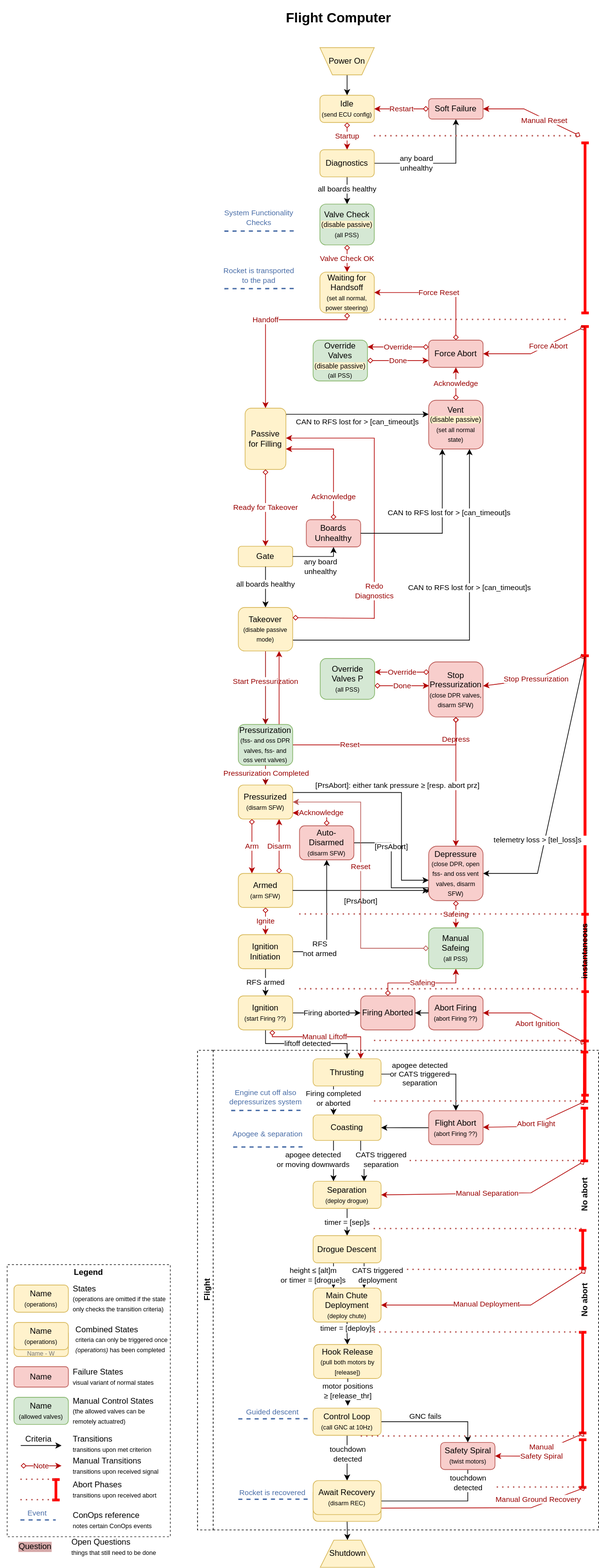
Above: state-machines/fc-flight-state-machine.drawio.svg in aris-space/asteria-remote-computers (draw.io), before the change. Source tidied: cells renumbered, new cells last; positions are measured from the earlier drawing's top-left corner, leaving out a move shared by most shapes.
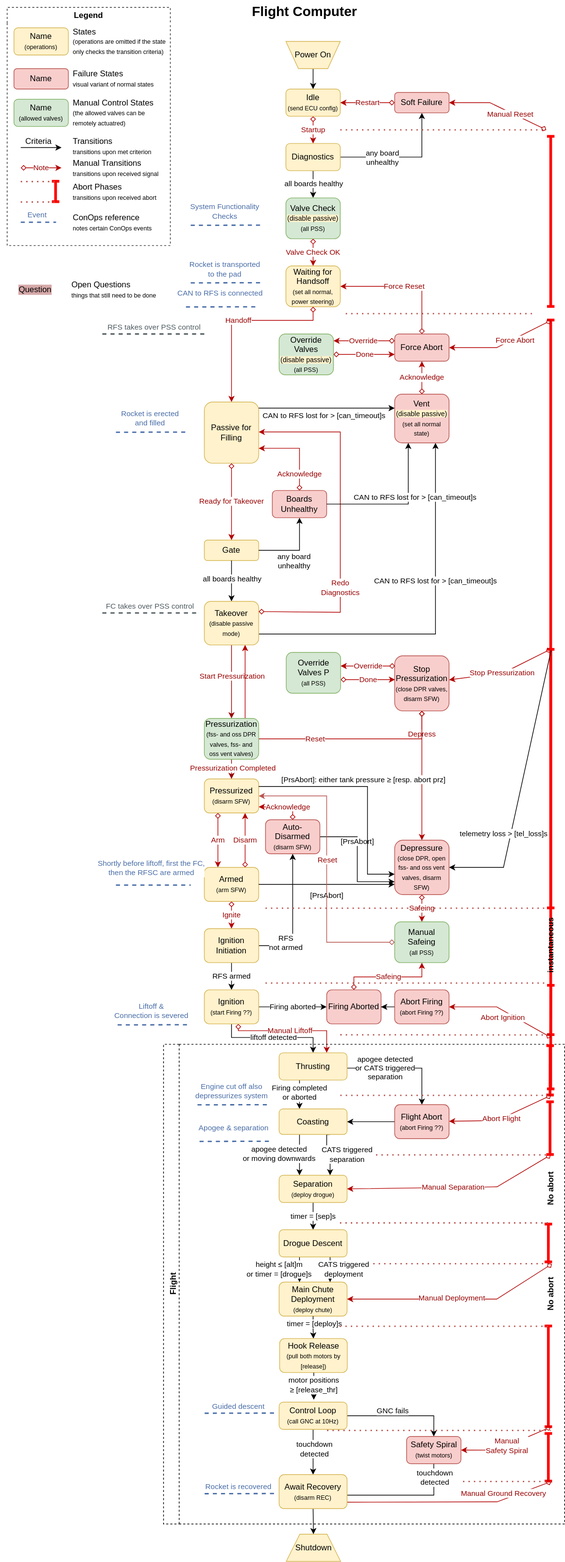
Later version of the same file.

Diff of the diagram source:
```diff
@@ -50,7 +50,7 @@
     <mxCell id="15" value="Shutdown" style="shape=trapezoid;perimeter=trapezoidPerimeter;whiteSpace=wrap;html=1;fixedSize=1;fillColor=#fff2cc;strokeColor=#d6b656;" parent="1" vertex="1">
       <mxGeometry x="470.5" y="2254" width="80" height="40" as="geometry" />
     </mxCell>
-    <mxCell id="16" style="edgeStyle=orthogonalEdgeStyle;rounded=0;jettySize=auto;html=1;entryX=0.5;entryY=0;entryDx=0;entryDy=0;exitX=0.5;exitY=1;exitDx=0;exitDy=0;" parent="1" edge="1" source="81" target="15">
+    <mxCell id="16" style="edgeStyle=orthogonalEdgeStyle;rounded=0;jettySize=auto;html=1;entryX=0.5;entryY=0;entryDx=0;entryDy=0;exitX=0.5;exitY=1;exitDx=0;exitDy=0;" parent="1" edge="1" source="82" target="15">
       <mxGeometry relative="1" as="geometry" />
     </mxCell>
     <mxCell id="17" style="endArrow=baseDash;html=1;rounded=0;startArrow=baseDash;startFill=0;endFill=0;fillColor=#f8cecc;strokeColor=#FF0000;strokeWidth=4;" parent="1" edge="1">
@@ -85,8 +85,8 @@
     <mxCell id="21" value="&lt;font color=&quot;#990000&quot;&gt;Handoff&lt;/font&gt;" style="edgeStyle=orthogonalEdgeStyle;rounded=0;jettySize=auto;html=1;shadow=0;strokeColor=#B20000;strokeWidth=1;align=center;verticalAlign=middle;fontFamily=Helvetica;fontSize=11;fontColor=#990000;labelBackgroundColor=default;jumpStyle=none;jumpSize=5;startArrow=diamond;startFill=0;endArrow=classic;flowAnimation=0;fillColor=#e51400;exitX=0.5;exitY=1;exitDx=0;exitDy=0;entryX=1;entryY=0.5;entryDx=0;entryDy=0;" parent="1" edge="1" source="12" target="23">
       <mxGeometry relative="1" as="geometry">
         <Array as="points">
-          <mxPoint x="510" y="460" />
-          <mxPoint x="390" y="460" />
+          <mxPoint x="510" y="470" />
+          <mxPoint x="390" y="470" />
         </Array>
       </mxGeometry>
     </mxCell>
@@ -100,7 +100,7 @@
       </mxGeometry>
     </mxCell>
     <mxCell id="23" value="&lt;div&gt;Passive for Filling&lt;/div&gt;" style="rounded=1;whiteSpace=wrap;html=1;fillColor=#fff2cc;strokeColor=#d6b656;rotation=0;direction=north;horizontal=1;" parent="1" vertex="1">
-      <mxGeometry x="360" y="590" width="60" height="90" as="geometry" />
+      <mxGeometry x="350" y="590" width="80" height="90" as="geometry" />
     </mxCell>
     <mxCell id="24" value="&lt;font&gt;Gate&lt;/font&gt;" style="rounded=1;whiteSpace=wrap;html=1;fillColor=#fff2cc;strokeColor=#d6b656;" parent="1" vertex="1">
       <mxGeometry x="350" y="793" width="80" height="30" as="geometry" />
@@ -203,10 +203,10 @@
         <mxPoint x="437" y="414.6" as="targetPoint" />
       </mxGeometry>
     </mxCell>
-    <mxCell id="46" value="Redo&lt;div&gt;Diagnostics&lt;/div&gt;" style="edgeStyle=orthogonalEdgeStyle;rounded=0;orthogonalLoop=1;jettySize=auto;html=1;shadow=0;strokeColor=#B20000;strokeWidth=1;align=center;verticalAlign=middle;fontFamily=Helvetica;fontSize=11;fontColor=#990000;labelBackgroundColor=default;jumpStyle=none;jumpSize=5;startArrow=diamond;startFill=0;endArrow=classic;flowAnimation=0;fillColor=#e51400;entryX=0.5;entryY=1;entryDx=0;entryDy=0;exitX=1;exitY=0.25;exitDx=0;exitDy=0;" parent="1" edge="1">
+    <mxCell id="46" value="Redo&lt;div&gt;Diagnostics&lt;/div&gt;" style="edgeStyle=orthogonalEdgeStyle;rounded=0;orthogonalLoop=1;jettySize=auto;html=1;shadow=0;strokeColor=#B20000;strokeWidth=1;align=center;verticalAlign=middle;fontFamily=Helvetica;fontSize=11;fontColor=#990000;labelBackgroundColor=default;jumpStyle=none;jumpSize=5;startArrow=diamond;startFill=0;endArrow=classic;flowAnimation=0;fillColor=#e51400;exitX=1;exitY=0.25;exitDx=0;exitDy=0;" parent="1" edge="1">
       <mxGeometry x="-0.38" relative="1" as="geometry">
         <mxPoint x="430" y="898" as="sourcePoint" />
-        <mxPoint x="420" y="634" as="targetPoint" />
+        <mxPoint x="430" y="634" as="targetPoint" />
         <Array as="points">
           <mxPoint x="430" y="899" />
           <mxPoint x="550" y="899" />
@@ -405,9 +405,6 @@
     <mxCell id="80" value="&lt;div&gt;Hook Release&lt;/div&gt;&lt;div&gt;&lt;font style=&quot;font-size: 9px;&quot;&gt;(pull both motors by [release])&lt;/font&gt;&lt;/div&gt;" style="rounded=1;whiteSpace=wrap;html=1;fillColor=#fff2cc;strokeColor=#d6b656;" parent="47" vertex="1">
       <mxGeometry x="170.8" y="432.5" width="99.5" height="50" as="geometry" />
     </mxCell>
-    <mxCell id="81" style="rounded=1;whiteSpace=wrap;html=1;fillColor=#fff2cc;strokeColor=#d6b656;" parent="47" vertex="1">
-      <mxGeometry x="170" y="642.5" width="100" height="50" as="geometry" />
-    </mxCell>
     <mxCell id="82" value="Await Recovery&lt;div&gt;&lt;font style=&quot;font-size: 9px;&quot;&gt;(disarm REC)&lt;/font&gt;&lt;/div&gt;" style="rounded=1;whiteSpace=wrap;html=1;fillColor=#fff2cc;strokeColor=#d6b656;" parent="47" vertex="1">
       <mxGeometry x="170" y="632.5" width="100" height="50" as="geometry" />
     </mxCell>
@@ -519,17 +516,16 @@
         <mxPoint x="437" y="330" as="targetPoint" />
       </mxGeometry>
     </mxCell>
-    <mxCell id="103" value="Acknowledge" style="edgeStyle=orthogonalEdgeStyle;rounded=0;jettySize=auto;html=1;shadow=0;strokeColor=#B20000;strokeWidth=1;align=center;verticalAlign=middle;fontFamily=Helvetica;fontSize=11;fontColor=#990000;labelBackgroundColor=default;jumpStyle=none;jumpSize=5;startArrow=diamond;startFill=0;endArrow=classic;flowAnimation=0;fillColor=#e51400;" parent="1" edge="1" source="104">
+    <mxCell id="103" value="Acknowledge" style="edgeStyle=orthogonalEdgeStyle;rounded=0;jettySize=auto;html=1;shadow=0;strokeColor=#B20000;strokeWidth=1;align=center;verticalAlign=middle;fontFamily=Helvetica;fontSize=11;fontColor=#990000;labelBackgroundColor=default;jumpStyle=none;jumpSize=5;startArrow=diamond;startFill=0;endArrow=classic;flowAnimation=0;fillColor=#e51400;entryX=0.25;entryY=1;entryDx=0;entryDy=0;" parent="1" edge="1" source="104" target="23">
       <mxGeometry x="-0.61" relative="1" as="geometry">
-        <mxPoint x="420" y="650" as="targetPoint" />
         <Array as="points">
-          <mxPoint x="490" y="650" />
-          <mxPoint x="420" y="650" />
+          <mxPoint x="490" y="658" />
+          <mxPoint x="430" y="658" />
         </Array>
       </mxGeometry>
     </mxCell>
     <mxCell id="104" value="&lt;font&gt;Boards Unhealthy&lt;/font&gt;" style="rounded=1;whiteSpace=wrap;html=1;fillColor=#f8cecc;strokeColor=#b85450;" parent="1" vertex="1">
-      <mxGeometry x="450" y="754" width="80" height="40" as="geometry" />
+      <mxGeometry x="450" y="720" width="80" height="40" as="geometry" />
     </mxCell>
     <mxCell id="105" value="Acknowledge" style="edgeStyle=orthogonalEdgeStyle;rounded=0;jettySize=auto;html=1;shadow=0;strokeColor=#B20000;strokeWidth=1;align=center;verticalAlign=middle;fontFamily=Helvetica;fontSize=11;fontColor=#990000;labelBackgroundColor=default;jumpStyle=none;jumpSize=5;startArrow=diamond;startFill=0;endArrow=classic;flowAnimation=0;fillColor=#e51400;" parent="1" edge="1" source="107" target="101">
       <mxGeometry x="-0.24" relative="1" as="geometry">
@@ -714,7 +710,7 @@
     <mxCell id="137" value="CAN to RFS lost for &amp;gt; [can_timeout]s" style="edgeStyle=orthogonalEdgeStyle;rounded=0;jettySize=auto;html=1;exitX=1;exitY=0.5;exitDx=0;exitDy=0;" parent="1" edge="1" source="104" target="129">
       <mxGeometry x="0.23" y="-10" relative="1" as="geometry">
         <Array as="points">
-          <mxPoint x="650" y="774" />
+          <mxPoint x="650" y="740" />
         </Array>
       </mxGeometry>
     </mxCell>
@@ -764,28 +760,28 @@
       </mxGeometry>
     </mxCell>
     <mxCell id="147" style="group;dashed=1;strokeColor=none;" parent="1" vertex="1">
-      <mxGeometry x="10" y="1849" width="240" height="440" as="geometry" />
+      <mxGeometry x="60" y="10" width="240" height="440" as="geometry" />
     </mxCell>
     <mxCell id="148" value="Legend" style="swimlane;whiteSpace=wrap;html=1;dashed=1;strokeColor=#333333;swimlaneLine=0;align=center;" parent="147" vertex="1">
-      <mxGeometry width="240" height="400" as="geometry" />
+      <mxGeometry width="240" height="350" as="geometry" />
     </mxCell>
     <mxCell id="149" value="&lt;font color=&quot;#990000&quot;&gt;Note&lt;/font&gt;" style="rounded=0;orthogonalLoop=1;jettySize=auto;html=1;strokeWidth=1;shadow=0;flowAnimation=0;strokeColor=#B20000;jumpStyle=none;jumpSize=5;startArrow=diamond;startFill=0;fillColor=#e51400;align=center;verticalAlign=middle;fontFamily=Helvetica;fontSize=11;fontColor=#990000;labelBackgroundColor=default;endArrow=classic;" parent="148" edge="1">
       <mxGeometry relative="1" as="geometry">
-        <mxPoint x="20" y="295.8" as="sourcePoint" />
-        <mxPoint x="80" y="295.8" as="targetPoint" />
+        <mxPoint x="20" y="235.8" as="sourcePoint" />
+        <mxPoint x="80" y="235.8" as="targetPoint" />
       </mxGeometry>
     </mxCell>
     <mxCell id="150" value="Manual Transitions&lt;div&gt;&lt;font style=&quot;font-size: 9px;&quot;&gt;transitions upon received signal&lt;/font&gt;&lt;/div&gt;" style="text;html=1;align=left;verticalAlign=middle;whiteSpace=wrap;rounded=0;" parent="148" vertex="1">
-      <mxGeometry x="95" y="281" width="145" height="30" as="geometry" />
+      <mxGeometry x="95" y="221" width="145" height="30" as="geometry" />
     </mxCell>
     <mxCell id="151" style="endArrow=baseDash;html=1;rounded=0;startArrow=baseDash;startFill=0;endFill=0;fillColor=#f8cecc;strokeColor=#FF0000;strokeWidth=4;" parent="148" edge="1">
       <mxGeometry relative="1" as="geometry">
-        <mxPoint x="71.8" y="346" as="sourcePoint" />
-        <mxPoint x="71.8" y="316" as="targetPoint" />
+        <mxPoint x="71.8" y="286" as="sourcePoint" />
+        <mxPoint x="71.8" y="256" as="targetPoint" />
       </mxGeometry>
     </mxCell>
     <mxCell id="152" value="Abort Phases&lt;div&gt;&lt;font style=&quot;font-size: 9px;&quot;&gt;transitions upon received abort&lt;/font&gt;&lt;/div&gt;" style="text;html=1;align=left;verticalAlign=middle;whiteSpace=wrap;rounded=0;" parent="148" vertex="1">
-      <mxGeometry x="95" y="316" width="140" height="30" as="geometry" />
+      <mxGeometry x="95" y="256" width="140" height="30" as="geometry" />
     </mxCell>
     <mxCell id="153" value="Name&lt;div&gt;&lt;font style=&quot;font-size: 9px;&quot;&gt;(operations)&lt;/font&gt;&lt;/div&gt;" style="rounded=1;whiteSpace=wrap;html=1;fillColor=#fff2cc;strokeColor=#d6b656;" parent="148" vertex="1">
       <mxGeometry x="10" y="30" width="80" height="40" as="geometry" />
@@ -795,57 +791,48 @@
     </mxCell>
     <mxCell id="155" style="rounded=0;orthogonalLoop=1;jettySize=auto;html=1;strokeWidth=1;shadow=0;flowAnimation=0;strokeColor=default;jumpStyle=none;jumpSize=5;startArrow=none;startFill=0;fillColor=#e51400;align=center;verticalAlign=middle;fontFamily=Helvetica;fontSize=11;fontColor=default;labelBackgroundColor=default;endArrow=classic;" parent="148" edge="1">
       <mxGeometry relative="1" as="geometry">
-        <mxPoint x="20" y="266" as="sourcePoint" />
-        <mxPoint x="80" y="266" as="targetPoint" />
+        <mxPoint x="20" y="206" as="sourcePoint" />
+        <mxPoint x="80" y="206" as="targetPoint" />
       </mxGeometry>
     </mxCell>
     <mxCell id="156" value="Transitions&lt;div&gt;&lt;font style=&quot;font-size: 9px;&quot;&gt;&lt;font style=&quot;&quot;&gt;transitions upon met&amp;nbsp;&lt;/font&gt;&lt;span style=&quot;background-color: transparent;&quot;&gt;&lt;font style=&quot;&quot;&gt;criterion&lt;/font&gt;&lt;/span&gt;&lt;/font&gt;&lt;/div&gt;" style="text;html=1;align=left;verticalAlign=middle;whiteSpace=wrap;rounded=0;" parent="148" vertex="1">
-      <mxGeometry x="95" y="249" width="145" height="30" as="geometry" />
+      <mxGeometry x="95" y="189" width="145" height="30" as="geometry" />
     </mxCell>
     <mxCell id="157" value="Criteria" style="text;html=1;align=center;verticalAlign=middle;strokeColor=none;fillColor=none;" parent="148" vertex="1">
-      <mxGeometry x="16" y="242" width="60" height="30" as="geometry" />
+      <mxGeometry x="16" y="182" width="60" height="30" as="geometry" />
     </mxCell>
     <mxCell id="158" style="endArrow=none;dashed=1;html=1;dashPattern=1 3;strokeWidth=2;rounded=0;fillColor=#f8cecc;strokeColor=#b85450;" parent="148" edge="1">
       <mxGeometry relative="1" as="geometry">
-        <mxPoint x="20" y="316" as="sourcePoint" />
-        <mxPoint x="72" y="316" as="targetPoint" />
+        <mxPoint x="20" y="256" as="sourcePoint" />
+        <mxPoint x="72" y="256" as="targetPoint" />
       </mxGeometry>
     </mxCell>
     <mxCell id="159" style="endArrow=none;dashed=1;html=1;dashPattern=1 3;strokeWidth=2;rounded=0;fillColor=#f8cecc;strokeColor=#b85450;" parent="148" edge="1">
       <mxGeometry relative="1" as="geometry">
-        <mxPoint x="20" y="346" as="sourcePoint" />
-        <mxPoint x="72" y="346" as="targetPoint" />
+        <mxPoint x="20" y="286" as="sourcePoint" />
+        <mxPoint x="72" y="286" as="targetPoint" />
       </mxGeometry>
     </mxCell>
     <mxCell id="160" value="&lt;div&gt;&lt;font style=&quot;&quot;&gt;ConOps reference&lt;/font&gt;&lt;/div&gt;&lt;div&gt;&lt;font style=&quot;font-size: 9px;&quot;&gt;notes certain ConOps events&lt;/font&gt;&lt;/div&gt;" style="text;html=1;align=left;verticalAlign=middle;whiteSpace=wrap;rounded=0;" parent="148" vertex="1">
-      <mxGeometry x="95" y="361" width="140" height="30" as="geometry" />
+      <mxGeometry x="95" y="301" width="140" height="30" as="geometry" />
     </mxCell>
     <mxCell id="161" value="&lt;font style=&quot;&quot;&gt;Event&lt;/font&gt;" style="endArrow=none;dashed=1;html=1;strokeWidth=2;rounded=0;fillColor=#b1ddf0;strokeColor=#496DA7;endFill=0;startFill=0;align=center;verticalAlign=middle;fontFamily=Helvetica;fontSize=11;fontColor=#496DA7;labelBackgroundColor=default;" parent="148" edge="1">
       <mxGeometry x="-0.08" y="11" relative="1" as="geometry">
-        <mxPoint x="20" y="375.8" as="sourcePoint" />
-        <mxPoint x="72" y="375.8" as="targetPoint" />
+        <mxPoint x="20" y="315.8" as="sourcePoint" />
+        <mxPoint x="72" y="315.8" as="targetPoint" />
       </mxGeometry>
     </mxCell>
-    <mxCell id="162" value="&lt;div&gt;&lt;font color=&quot;#757575&quot;&gt;&lt;br&gt;&lt;/font&gt;&lt;/div&gt;&lt;div&gt;&lt;font color=&quot;#757575&quot;&gt;&lt;br&gt;&lt;/font&gt;&lt;/div&gt;&lt;font style=&quot;font-size: 9px;&quot; color=&quot;#757575&quot;&gt;Name - W&lt;/font&gt;" style="rounded=1;whiteSpace=wrap;html=1;fillColor=#fff2cc;strokeColor=#d6b656;" parent="148" vertex="1">
-      <mxGeometry x="10" y="95" width="80" height="40" as="geometry" />
-    </mxCell>
-    <mxCell id="163" value="Name&lt;div&gt;&lt;font style=&quot;font-size: 9px;&quot;&gt;(operations)&lt;/font&gt;&lt;/div&gt;" style="rounded=1;whiteSpace=wrap;html=1;fillColor=#fff2cc;strokeColor=#d6b656;" parent="148" vertex="1">
-      <mxGeometry x="10" y="85" width="80" height="40" as="geometry" />
-    </mxCell>
-    <mxCell id="164" value="&lt;div&gt;Combined States&lt;/div&gt;&lt;div&gt;&lt;span style=&quot;background-color: initial;&quot;&gt;&lt;font style=&quot;font-size: 9px;&quot;&gt;criteria can only be triggered once &lt;i&gt;(operations)&lt;/i&gt; has been completed&lt;/font&gt;&lt;/span&gt;&lt;/div&gt;" style="text;html=1;align=left;verticalAlign=middle;whiteSpace=wrap;rounded=0;" parent="148" vertex="1">
-      <mxGeometry x="99" y="80" width="140" height="60" as="geometry" />
-    </mxCell>
     <mxCell id="165" value="Manual Control States&lt;div&gt;&lt;font style=&quot;font-size: 9px;&quot;&gt;(the allowed valves can be remotely actuatred)&lt;/font&gt;&lt;/div&gt;" style="text;html=1;align=left;verticalAlign=middle;whiteSpace=wrap;rounded=0;" parent="148" vertex="1">
-      <mxGeometry x="95" y="185" width="140" height="60" as="geometry" />
+      <mxGeometry x="95" y="125" width="140" height="60" as="geometry" />
     </mxCell>
     <mxCell id="166" value="Name&lt;div&gt;&lt;font style=&quot;font-size: 9px;&quot;&gt;(allowed valves)&lt;/font&gt;&lt;/div&gt;" style="rounded=1;whiteSpace=wrap;html=1;fillColor=#d5e8d4;strokeColor=#82b366;perimeterSpacing=0;glass=0;shadow=0;fillStyle=solid;" parent="148" vertex="1">
-      <mxGeometry x="10" y="195" width="80" height="40" as="geometry" />
+      <mxGeometry x="10" y="135" width="80" height="40" as="geometry" />
     </mxCell>
     <mxCell id="167" value="Failure States&lt;div&gt;&lt;font style=&quot;font-size: 9px;&quot;&gt;visual variant of normal states&lt;/font&gt;&lt;/div&gt;" style="text;html=1;align=left;verticalAlign=middle;whiteSpace=wrap;rounded=0;" parent="148" vertex="1">
-      <mxGeometry x="95" y="140" width="140" height="50" as="geometry" />
+      <mxGeometry x="95" y="80" width="140" height="50" as="geometry" />
     </mxCell>
     <mxCell id="168" value="Name" style="rounded=1;whiteSpace=wrap;html=1;fillColor=#f8cecc;strokeColor=#b85450;perimeterSpacing=0;glass=0;shadow=0;fillStyle=solid;" parent="148" vertex="1">
-      <mxGeometry x="10" y="150" width="80" height="30" as="geometry" />
+      <mxGeometry x="10" y="90" width="80" height="30" as="geometry" />
     </mxCell>
     <mxCell id="169" value="Question" style="text;html=1;align=center;verticalAlign=middle;whiteSpace=wrap;rounded=0;labelBackgroundColor=#d6a9a9;fontFamily=Helvetica;fontSize=12;fontColor=default;" parent="147" vertex="1">
       <mxGeometry x="-10" y="390" width="102.5" height="50" as="geometry" />
@@ -853,5 +840,41 @@
     <mxCell id="170" value="&lt;div&gt;&lt;font style=&quot;&quot;&gt;Open Questions&lt;/font&gt;&lt;/div&gt;&lt;div&gt;&lt;font style=&quot;font-size: 9px;&quot;&gt;things that still need to be done&lt;/font&gt;&lt;/div&gt;" style="text;html=1;align=left;verticalAlign=middle;whiteSpace=wrap;rounded=0;" parent="147" vertex="1">
       <mxGeometry x="92.5" y="400" width="140" height="30" as="geometry" />
     </mxCell>
+    <mxCell id="171" value="&lt;font color=&quot;#496da7&quot;&gt;CAN to RFS is&amp;nbsp;&lt;/font&gt;connected" style="endArrow=none;dashed=1;html=1;strokeWidth=2;rounded=0;fillColor=#b1ddf0;strokeColor=#496DA7;endFill=0;startFill=0;align=center;verticalAlign=middle;fontFamily=Helvetica;fontSize=11;fontColor=#496DA7;labelBackgroundColor=default;" parent="1" edge="1">
+      <mxGeometry x="-0.06" y="20" relative="1" as="geometry">
+        <mxPoint x="323" y="450.2" as="sourcePoint" />
+        <mxPoint x="430" y="450" as="targetPoint" />
+      </mxGeometry>
+    </mxCell>
+    <mxCell id="172" value="&lt;font color=&quot;#496da7&quot;&gt;Liftoff &amp;amp;&lt;/font&gt;&lt;div&gt;&lt;font color=&quot;#496da7&quot;&gt;Connection is severed&lt;/font&gt;&lt;/div&gt;" style="endArrow=none;dashed=1;html=1;strokeWidth=2;rounded=0;fillColor=#b1ddf0;strokeColor=#496DA7;endFill=0;startFill=0;align=center;verticalAlign=middle;fontFamily=Helvetica;fontSize=11;fontColor=#496DA7;labelBackgroundColor=default;" parent="1" edge="1">
+      <mxGeometry x="-0.06" y="20" relative="1" as="geometry">
+        <mxPoint x="222.5" y="1505.5" as="sourcePoint" />
+        <mxPoint x="329.5" y="1505.2" as="targetPoint" />
+      </mxGeometry>
+    </mxCell>
+    <mxCell id="173" value="&lt;div&gt;FC takes over PSS control&lt;br&gt;&lt;/div&gt;" style="endArrow=none;dashed=1;html=1;strokeWidth=2;rounded=0;fillColor=#b1ddf0;strokeColor=#4e5a5f;endFill=0;startFill=0;fontColor=#4E5A5F;" parent="1" edge="1">
+      <mxGeometry y="10" relative="1" as="geometry">
+        <mxPoint x="200" y="900" as="sourcePoint" />
+        <mxPoint x="340" y="900" as="targetPoint" />
+      </mxGeometry>
+    </mxCell>
+    <mxCell id="174" value="&lt;div&gt;Shortly before liftoff, first the FC,&lt;/div&gt;&lt;div&gt;then the RFSC are armed&lt;br&gt;&lt;/div&gt;" style="endArrow=none;dashed=1;html=1;strokeWidth=2;rounded=0;fillColor=#b1ddf0;strokeColor=#496DA7;endFill=0;startFill=0;fontColor=#496DA7;align=center;verticalAlign=middle;fontFamily=Helvetica;fontSize=11;labelBackgroundColor=default;" parent="1" edge="1">
+      <mxGeometry x="-0.05" y="25" relative="1" as="geometry">
+        <mxPoint x="220" y="1300" as="sourcePoint" />
+        <mxPoint x="330" y="1300" as="targetPoint" />
+      </mxGeometry>
+    </mxCell>
+    <mxCell id="175" value="&lt;div&gt;RFS takes over PSS control&lt;br&gt;&lt;/div&gt;" style="endArrow=none;dashed=1;html=1;strokeWidth=2;rounded=0;fillColor=#b1ddf0;strokeColor=#4e5a5f;endFill=0;startFill=0;fontColor=#4E5A5F;" parent="1" edge="1">
+      <mxGeometry y="10" relative="1" as="geometry">
+        <mxPoint x="200" y="490" as="sourcePoint" />
+        <mxPoint x="350" y="490" as="targetPoint" />
+      </mxGeometry>
+    </mxCell>
+    <mxCell id="176" value="Rocket is erected&lt;div&gt;and filled&lt;/div&gt;" style="endArrow=none;dashed=1;html=1;strokeWidth=2;rounded=0;fillColor=#b1ddf0;strokeColor=#496DA7;endFill=0;startFill=0;align=center;verticalAlign=middle;fontFamily=Helvetica;fontSize=11;fontColor=#496DA7;labelBackgroundColor=default;" parent="1" edge="1">
+      <mxGeometry x="-0.06" y="20" relative="1" as="geometry">
+        <mxPoint x="220" y="634.4" as="sourcePoint" />
+        <mxPoint x="327" y="634.2" as="targetPoint" />
+      </mxGeometry>
+    </mxCell>
   </root>
 </mxGraphModel>
```
